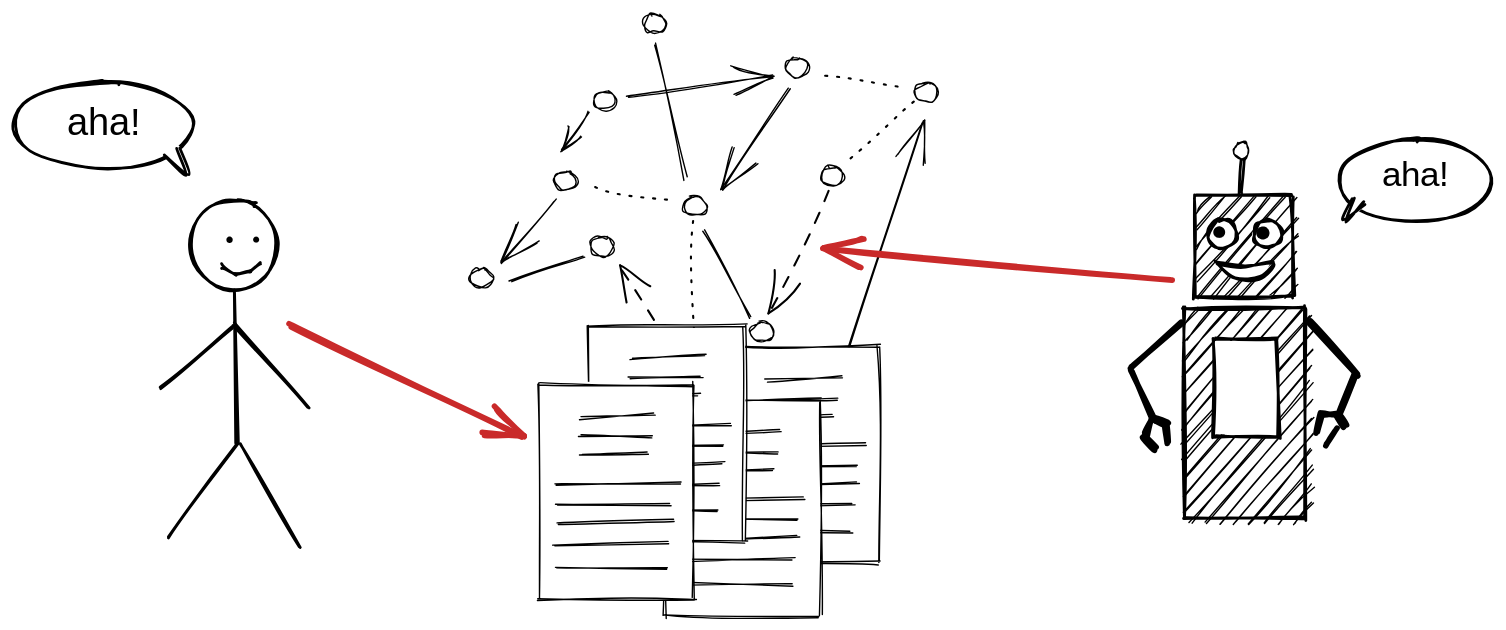
knowledgepixels/images keeps this Excalidraw diagram as person-articles-bot.svg. Above is the earlier version. Source tidied: one line per element, renumbered; positions are measured from the earlier drawing's top-left corner, leaving out a move shared by most shapes.
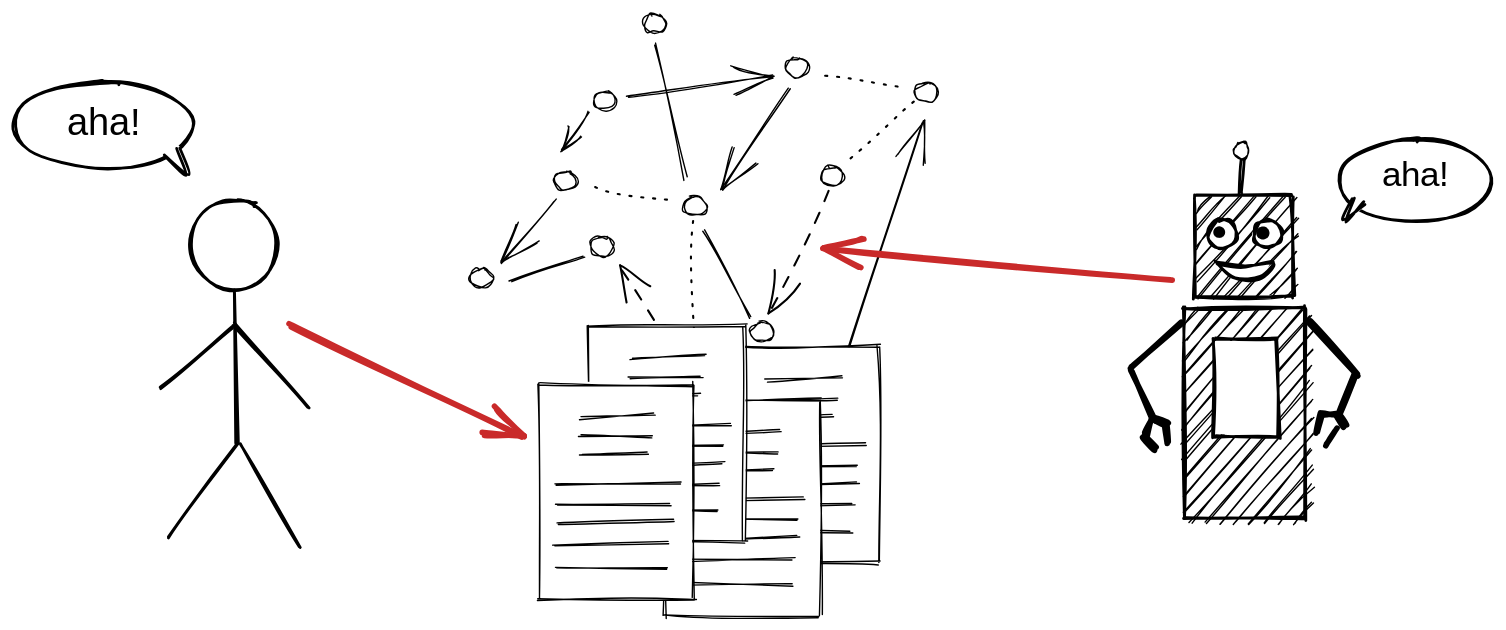
The same file after the commit.

Diff of the diagram source:
```diff
@@ -98,8 +98,3 @@
 {"id": 97, "type": "line", "strokeColor": "#000000", "backgroundColor": "#ffffff", "fillStyle": "solid", "strokeWidth": 2, "roughness": 1, "x": 157, "y": 222, "width": 53, "height": 59, "points": [[0, 0], [53, 59]]}
 {"id": 98, "type": "arrow", "strokeColor": "#c92a2a", "backgroundColor": "#ffffff", "fillStyle": "solid", "strokeWidth": 4, "roughness": 1, "endArrowhead": "arrow", "to": 53, "x": 196, "y": 222, "width": 168, "height": 81, "points": [[0, 0], [168, 81]]}
 {"id": 99, "type": "arrow", "strokeColor": "#c92a2a", "backgroundColor": "#ffffff", "fillStyle": "solid", "strokeWidth": 4, "roughness": 1, "endArrowhead": "arrow", "from": 71, "x": 828, "y": 190, "width": 250, "height": 22, "points": [[0, 0], [-250, -22]]}
-{"id": 100, "type": "line", "strokeColor": "#000000", "strokeWidth": 2, "roughness": 2, "x": 147, "y": 179, "width": 11, "height": 7, "points": [[0, 0], [11, 7]]}
-{"id": 101, "type": "line", "strokeColor": "#000000", "strokeWidth": 2, "roughness": 1, "x": 157, "y": 186, "width": 11, "height": 2, "points": [[0, 0], [11, -2]]}
-{"id": 102, "type": "line", "strokeColor": "#000000", "strokeWidth": 2, "roughness": 1, "x": 168, "y": 184, "width": 8, "height": 6, "points": [[0, 0], [8, -6]]}
-{"id": 103, "type": "ellipse", "strokeColor": "transparent", "backgroundColor": "#000000", "fillStyle": "solid", "strokeWidth": 1, "roughness": 0, "round": true, "x": 152, "y": 159, "width": 5, "height": 5}
-{"id": 104, "type": "ellipse", "strokeColor": "transparent", "backgroundColor": "#000000", "fillStyle": "solid", "strokeWidth": 1, "roughness": 0, "round": true, "x": 171, "y": 159, "width": 4, "height": 4}
```
